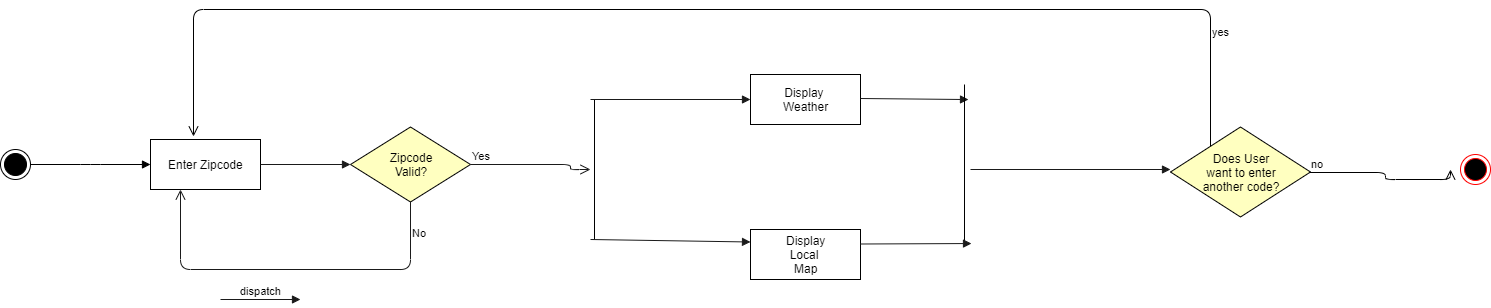
devEricA-zz/SEP1 keeps this draw.io diagram as Activity Diagram.png. Above is the earlier version. Source tidied: cells renumbered, new cells last; positions are measured from the earlier drawing's top-left corner, leaving out a move shared by most shapes.
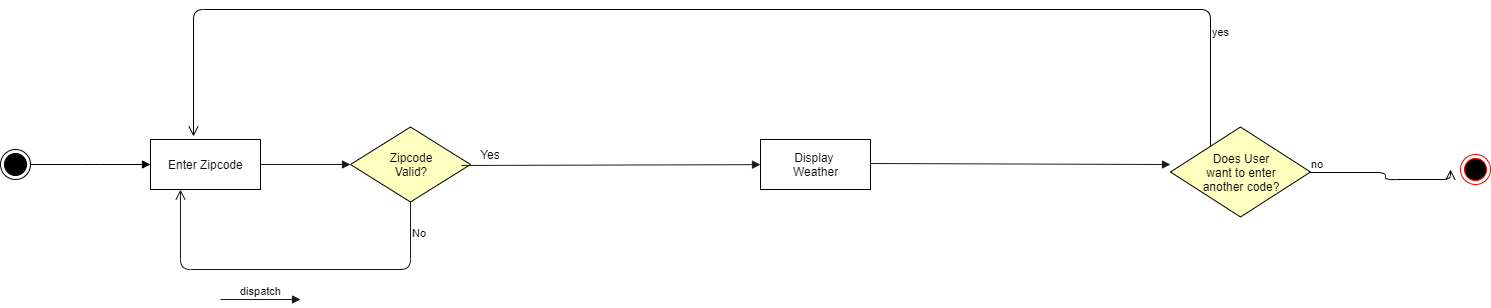
After the commit.

Commit message:
Splitting Diagrams into two individual ones

What changed in the source:
```diff
@@ -19,15 +19,6 @@
     <mxCell id="5" value="Zipcode&lt;br&gt;Valid?" style="rhombus;whiteSpace=wrap;html=1;fillColor=#ffffc0;strokeColor=#000000;" parent="1" vertex="1">
       <mxGeometry x="350" y="117.5" width="120" height="75" as="geometry" />
     </mxCell>
-    <mxCell id="6" value="Yes" style="edgeStyle=orthogonalEdgeStyle;html=1;align=left;verticalAlign=bottom;endArrow=open;endSize=8;strokeColor=#1A1A1A;" parent="1" edge="1" source="5">
-      <mxGeometry x="-1" relative="1" as="geometry">
-        <mxPoint x="590" y="160" as="targetPoint" />
-        <Array as="points">
-          <mxPoint x="570" y="155" />
-          <mxPoint x="570" y="160" />
-        </Array>
-      </mxGeometry>
-    </mxCell>
     <mxCell id="7" value="No" style="edgeStyle=orthogonalEdgeStyle;html=1;align=left;verticalAlign=top;endArrow=open;endSize=8;strokeColor=#1A1A1A;" parent="1" edge="1" source="5" target="3">
       <mxGeometry x="-0.91" relative="1" as="geometry">
         <Array as="points">
@@ -42,50 +33,23 @@
         <mxPoint x="350" y="155" as="targetPoint" />
       </mxGeometry>
     </mxCell>
-    <mxCell id="9" style="line;strokeWidth=1;fillColor=none;align=left;verticalAlign=middle;spacingTop=-1;spacingLeft=3;spacingRight=3;labelPosition=right;direction=south;" parent="1" vertex="1">
-      <mxGeometry x="590" y="90" width="8" height="140" as="geometry" />
-    </mxCell>
     <mxCell id="10" value="Display&amp;nbsp;&lt;br&gt;Weather" style="html=1;strokeColor=#000000;" parent="1" vertex="1">
-      <mxGeometry x="750" y="65" width="110" height="50" as="geometry" />
+      <mxGeometry x="760" y="130" width="110" height="50" as="geometry" />
     </mxCell>
-    <mxCell id="11" value="Display&lt;br&gt;Local&amp;nbsp;&lt;br&gt;Map" style="html=1;strokeColor=#000000;" parent="1" vertex="1">
-      <mxGeometry x="750" y="220" width="110" height="50" as="geometry" />
-    </mxCell>
-    <mxCell id="12" style="html=1;verticalAlign=bottom;endArrow=block;strokeColor=#1A1A1A;entryX=0.094;entryY=0;entryDx=0;entryDy=0;entryPerimeter=0;" parent="1" edge="1" target="15">
+    <mxCell id="12" style="html=1;verticalAlign=bottom;endArrow=block;strokeColor=#1A1A1A;entryX=0;entryY=0.417;entryDx=0;entryDy=0;entryPerimeter=0;" parent="1" edge="1" target="20">
       <mxGeometry relative="1" as="geometry">
-        <mxPoint x="860" y="89" as="sourcePoint" />
+        <mxPoint x="870" y="154" as="sourcePoint" />
       </mxGeometry>
     </mxCell>
-    <mxCell id="13" style="html=1;verticalAlign=bottom;endArrow=block;strokeColor=#1A1A1A;" parent="1" edge="1" target="10">
-      <mxGeometry relative="1" as="geometry">
-        <mxPoint x="590" y="90" as="sourcePoint" />
-      </mxGeometry>
+    <mxCell id="13" style="html=1;verticalAlign=bottom;endArrow=block;strokeColor=#1A1A1A;exitX=0.925;exitY=0.513;exitDx=0;exitDy=0;exitPerimeter=0;" parent="1" edge="1" source="5" target="10">
+      <mxGeometry relative="1" as="geometry" />
     </mxCell>
-    <mxCell id="14" style="html=1;verticalAlign=bottom;endArrow=block;strokeColor=#1A1A1A;entryX=0;entryY=0.25;entryDx=0;entryDy=0;" parent="1" edge="1" target="11">
-      <mxGeometry x="-0.13" y="11" relative="1" as="geometry">
-        <mxPoint x="590" y="230" as="sourcePoint" />
-      </mxGeometry>
-    </mxCell>
-    <mxCell id="15" style="line;strokeWidth=1;fillColor=none;align=left;verticalAlign=middle;spacingTop=-1;spacingLeft=3;spacingRight=3;labelPosition=right;points=[];portConstraint=eastwest;direction=south;" parent="1" vertex="1">
-      <mxGeometry x="960" y="75" width="8" height="160" as="geometry" />
-    </mxCell>
-    <mxCell id="16" style="html=1;verticalAlign=bottom;endArrow=block;strokeColor=#1A1A1A;entryX=0.994;entryY=-0.375;entryDx=0;entryDy=0;entryPerimeter=0;" parent="1" edge="1" target="15">
-      <mxGeometry relative="1" as="geometry">
-        <mxPoint x="860" y="234.5" as="sourcePoint" />
-      </mxGeometry>
-    </mxCell>
     <mxCell id="17" value="dispatch" style="html=1;verticalAlign=bottom;endArrow=block;strokeColor=#1A1A1A;" parent="1" edge="1">
       <mxGeometry relative="1" as="geometry">
         <mxPoint x="220" y="290" as="sourcePoint" />
         <mxPoint x="300" y="290" as="targetPoint" />
       </mxGeometry>
     </mxCell>
-    <mxCell id="18" style="html=1;verticalAlign=bottom;endArrow=block;strokeColor=#1A1A1A;" parent="1" edge="1">
-      <mxGeometry relative="1" as="geometry">
-        <mxPoint x="970" y="160" as="sourcePoint" />
-        <mxPoint x="1170" y="160" as="targetPoint" />
-      </mxGeometry>
-    </mxCell>
     <mxCell id="19" style="ellipse;html=1;shape=endState;fillColor=#000000;strokeColor=#ff0000;" parent="1" vertex="1">
       <mxGeometry x="1460" y="145" width="30" height="30" as="geometry" />
     </mxCell>
@@ -109,5 +73,8 @@
         </Array>
       </mxGeometry>
     </mxCell>
+    <mxCell id="6" value="Yes" style="text;html=1;strokeColor=none;fillColor=none;align=center;verticalAlign=middle;whiteSpace=wrap;rounded=0;" parent="1" vertex="1">
+      <mxGeometry x="470" y="135" width="40" height="20" as="geometry" />
+    </mxCell>
   </root>
 </mxGraphModel>
```
